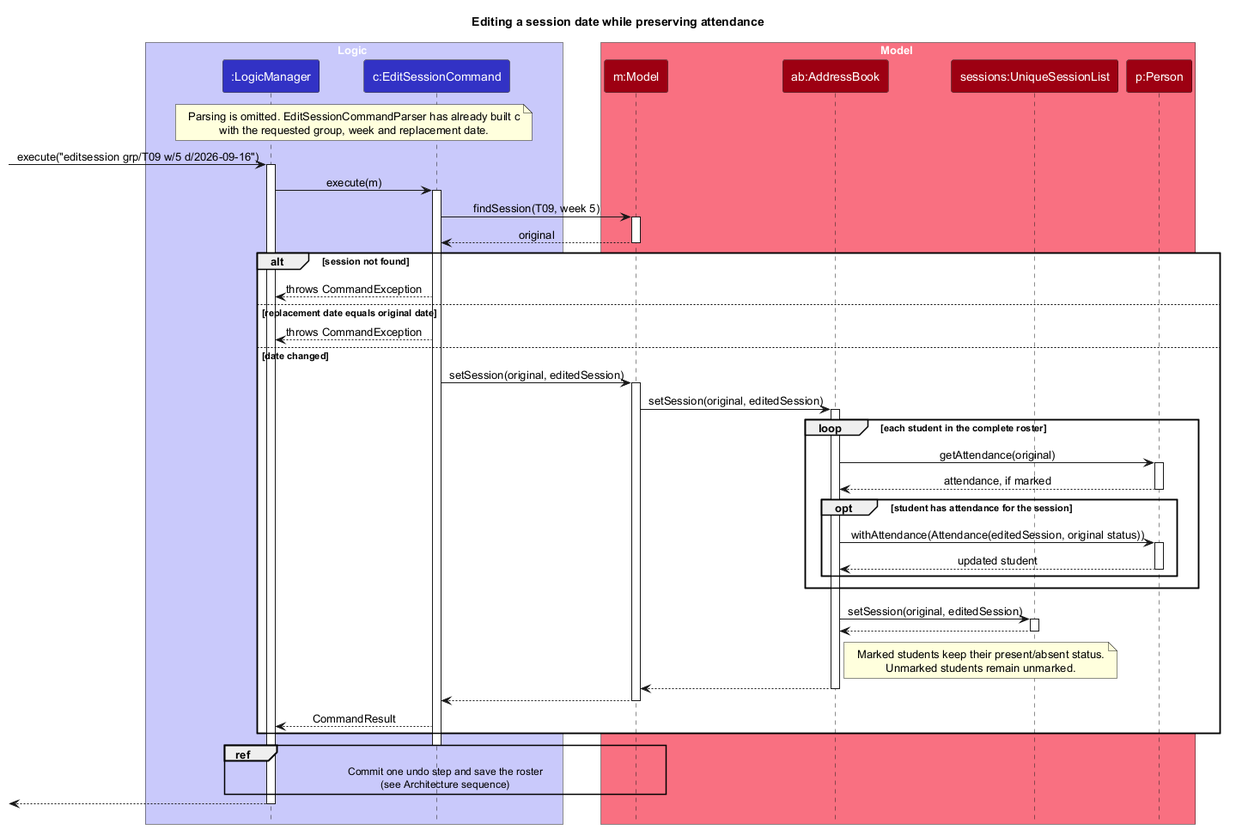
Earlier version of the PlantUML export docs/images/EditSessionSequenceDiagram.png (AY2627S1-CS2103T-F12-4/tp).
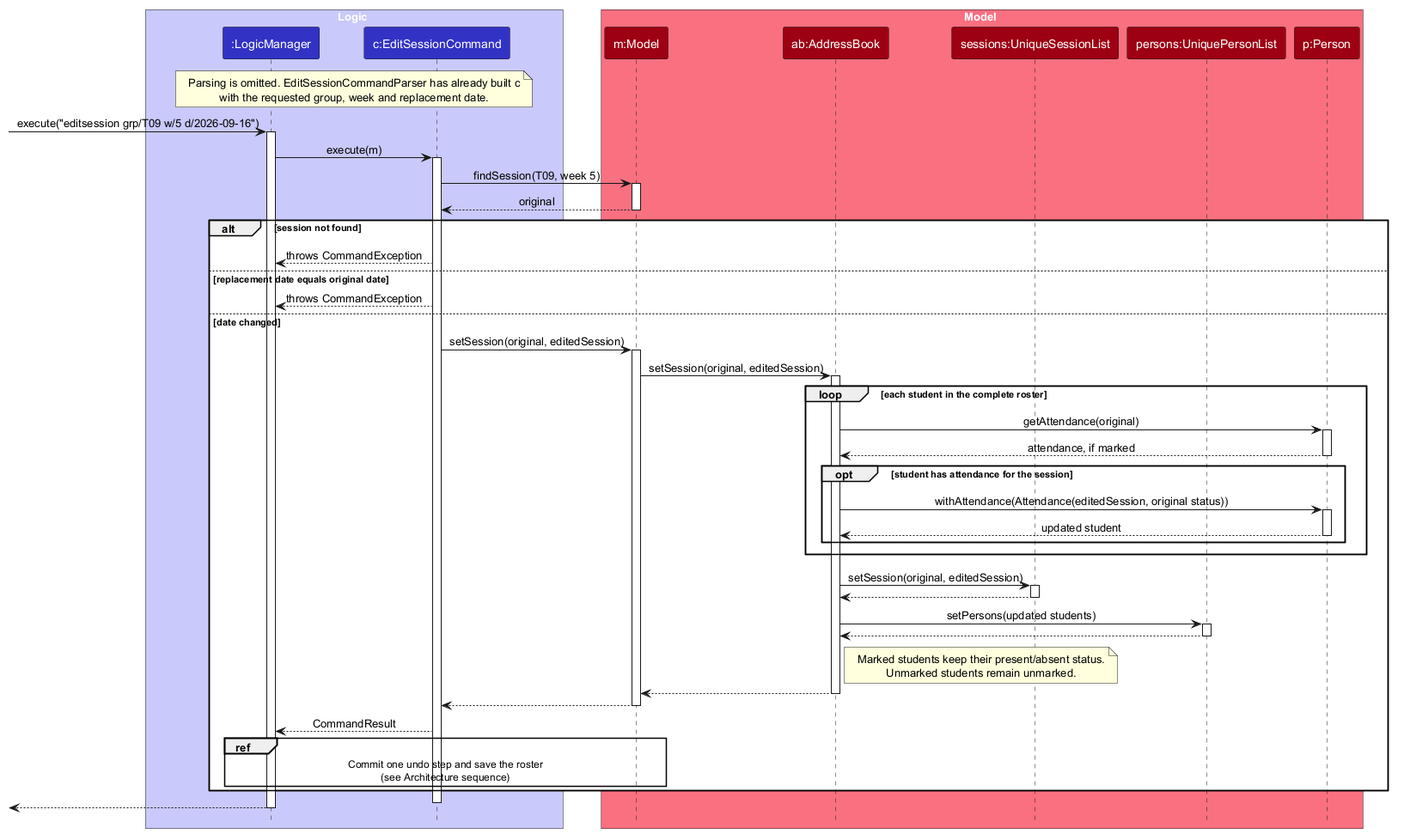
Above is the later version.

Commit message:
Address UML diagram review comments

Change to the diagram source:
```diff
@@ -1,7 +1,6 @@
 @startuml
 !include style.puml
 skinparam ArrowFontStyle plain
-title Editing a session date while preserving attendance
 
 box Logic LOGIC_COLOR_T1
 participant ":LogicManager" as LogicManager LOGIC_COLOR
@@ -12,6 +11,7 @@
 participant "m:Model" as Model MODEL_COLOR
 participant "ab:AddressBook" as AddressBook MODEL_COLOR
 participant "sessions:UniqueSessionList" as Sessions MODEL_COLOR
+participant "persons:UniquePersonList" as Persons MODEL_COLOR
 participant "p:Person" as Person MODEL_COLOR
 end box
 
@@ -59,6 +59,11 @@
     activate Sessions
     Sessions --> AddressBook
     deactivate Sessions
+
+    AddressBook -> Persons : setPersons(updated students)
+    activate Persons
+    Persons --> AddressBook
+    deactivate Persons
     note right of AddressBook
       Marked students keep their present/absent status.
       Unmarked students remain unmarked.
@@ -70,13 +75,13 @@
     deactivate Model
 
     EditSessionCommand --> LogicManager : CommandResult
+
+    ref over LogicManager, Model
+      Commit one undo step and save the roster
+      (see Architecture sequence)
+    end ref
 end
 deactivate EditSessionCommand
-
-ref over LogicManager, Model
-  Commit one undo step and save the roster
-  (see Architecture sequence)
-end ref
 
 [<-- LogicManager
 deactivate LogicManager
```
